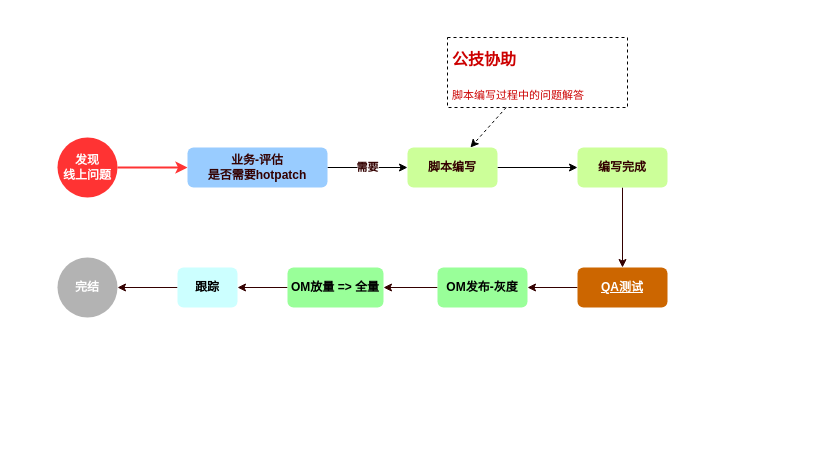
The draw.io diagram netease/hotfix/整体架构.drawio in ShakeShakeMe/diagrams, before the edit. Source tidied: cells renumbered, new cells numbered last; positions are measured from the earlier drawing's top-left corner, leaving out a move shared by most shapes. Both pictures are drawn from the tidied source at 100%, with x=0, y=0 at pixel (57, 37).
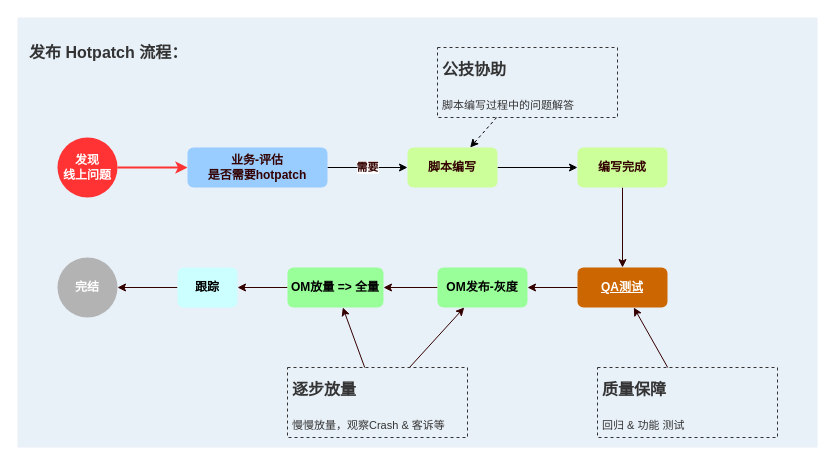
The same diagram, later.

Commit message (it also covers changes not shown here):
更新hotfix/整体架构.drawio

Unchanged cells that the change refers to:
```xml
<mxCell id="13" value="QA测试" style="rounded=1;whiteSpace=wrap;html=1;fontColor=#FFFFFF;strokeColor=none;fillColor=#CC6600;fontStyle=5;" parent="1" vertex="1">
  <mxGeometry x="520" y="230" width="90" height="40" as="geometry" />
</mxCell>
<mxCell id="15" value="OM发布-灰度" style="rounded=1;whiteSpace=wrap;html=1;fontColor=#000000;strokeColor=none;fillColor=#99FF99;fontStyle=1;" parent="1" vertex="1">
  <mxGeometry x="380" y="230" width="90" height="40" as="geometry" />
</mxCell>
<mxCell id="17" value="OM放量 =&amp;gt; 全量" style="rounded=1;whiteSpace=wrap;html=1;fontColor=#000000;fillColor=#99FF99;strokeColor=none;fontStyle=1;" parent="1" vertex="1">
  <mxGeometry x="230" y="230" width="96" height="40" as="geometry" />
</mxCell>
```

Change to the diagram source:
```diff
@@
+    <mxCell id="21" style="rounded=0;whiteSpace=wrap;html=1;dashed=1;dashPattern=1 1;strokeColor=none;fontSize=16;fontColor=#333333;fillColor=#E8F0F8;" parent="1" vertex="1">
+      <mxGeometry x="-40" y="-20" width="800" height="430" as="geometry" />
+    </mxCell>
@@
-    <mxCell id="9" value="&lt;p style=&quot;line-height: 0.8;&quot;&gt;&lt;/p&gt;&lt;h1&gt;&lt;font style=&quot;font-size: 16px; line-height: 0.7;&quot;&gt;公技协助&lt;/font&gt;&lt;/h1&gt;&lt;p&gt;&lt;font style=&quot;font-size: 11px;&quot;&gt;脚本编写过程中的问题解答&lt;/font&gt;&lt;/p&gt;&lt;p&gt;&lt;/p&gt;" style="text;html=1;strokeColor=default;fillColor=none;spacing=5;spacingTop=-20;whiteSpace=wrap;overflow=hidden;rounded=0;fontColor=#CC0000;dashed=1;" parent="1" vertex="1">
-      <mxGeometry x="390" width="180" height="70" as="geometry" />
+    <mxCell id="9" value="&lt;p style=&quot;line-height: 0.8;&quot;&gt;&lt;/p&gt;&lt;h1&gt;&lt;font style=&quot;font-size: 16px; line-height: 0.7;&quot;&gt;公技协助&lt;/font&gt;&lt;/h1&gt;&lt;p&gt;&lt;font style=&quot;font-size: 11px;&quot;&gt;脚本编写过程中的问题解答&lt;/font&gt;&lt;/p&gt;&lt;p&gt;&lt;/p&gt;" style="text;html=1;strokeColor=#333333;fillColor=none;spacing=5;spacingTop=-20;whiteSpace=wrap;overflow=hidden;rounded=0;fontColor=#333333;dashed=1;" parent="1" vertex="1">
+      <mxGeometry x="380" y="10" width="180" height="70" as="geometry" />
     </mxCell>
@@
+    <mxCell id="22" style="edgeStyle=none;rounded=0;jettySize=auto;html=1;strokeColor=#330000;strokeWidth=1;fontSize=16;fontColor=#333333;" parent="1" edge="1" source="23" target="13">
+      <mxGeometry relative="1" as="geometry" />
+    </mxCell>
+    <mxCell id="23" value="&lt;p style=&quot;line-height: 0.8;&quot;&gt;&lt;/p&gt;&lt;h1&gt;&lt;span style=&quot;font-size: 16px;&quot;&gt;质量保障&lt;/span&gt;&lt;/h1&gt;&lt;p&gt;&lt;span style=&quot;font-size: 11px;&quot;&gt;回归 &amp;amp; 功能 测试&lt;/span&gt;&lt;/p&gt;&lt;p&gt;&lt;/p&gt;" style="text;html=1;strokeColor=#333333;fillColor=none;spacing=5;spacingTop=-20;whiteSpace=wrap;overflow=hidden;rounded=0;fontColor=#333333;dashed=1;" parent="1" vertex="1">
+      <mxGeometry x="540" y="330" width="180" height="70" as="geometry" />
+    </mxCell>
+    <mxCell id="24" style="edgeStyle=none;rounded=0;jettySize=auto;html=1;strokeColor=#330000;strokeWidth=1;fontSize=16;fontColor=#333333;" parent="1" edge="1" source="26" target="15">
+      <mxGeometry relative="1" as="geometry" />
+    </mxCell>
+    <mxCell id="25" style="edgeStyle=none;rounded=0;jettySize=auto;html=1;strokeColor=#330000;strokeWidth=1;fontSize=16;fontColor=#333333;" parent="1" edge="1" source="26" target="17">
+      <mxGeometry relative="1" as="geometry" />
+    </mxCell>
+    <mxCell id="26" value="&lt;p style=&quot;line-height: 0.8;&quot;&gt;&lt;/p&gt;&lt;h1&gt;&lt;span style=&quot;font-size: 16px;&quot;&gt;逐步放量&lt;/span&gt;&lt;/h1&gt;&lt;p&gt;&lt;span style=&quot;font-size: 11px;&quot;&gt;慢慢放量，观察Crash &amp;amp; 客诉等&lt;/span&gt;&lt;/p&gt;&lt;p&gt;&lt;/p&gt;" style="text;html=1;strokeColor=#333333;fillColor=none;spacing=5;spacingTop=-20;whiteSpace=wrap;overflow=hidden;rounded=0;fontColor=#333333;dashed=1;" parent="1" vertex="1">
+      <mxGeometry x="230" y="330" width="180" height="70" as="geometry" />
+    </mxCell>
+    <mxCell id="27" value="&lt;b&gt;发布 Hotpatch 流程：&lt;/b&gt;" style="text;html=1;strokeColor=none;fillColor=none;align=left;verticalAlign=middle;whiteSpace=wrap;rounded=0;dashed=1;fontSize=16;fontColor=#333333;" parent="1" vertex="1">
+      <mxGeometry x="-30" width="210" height="30" as="geometry" />
+    </mxCell>
```
